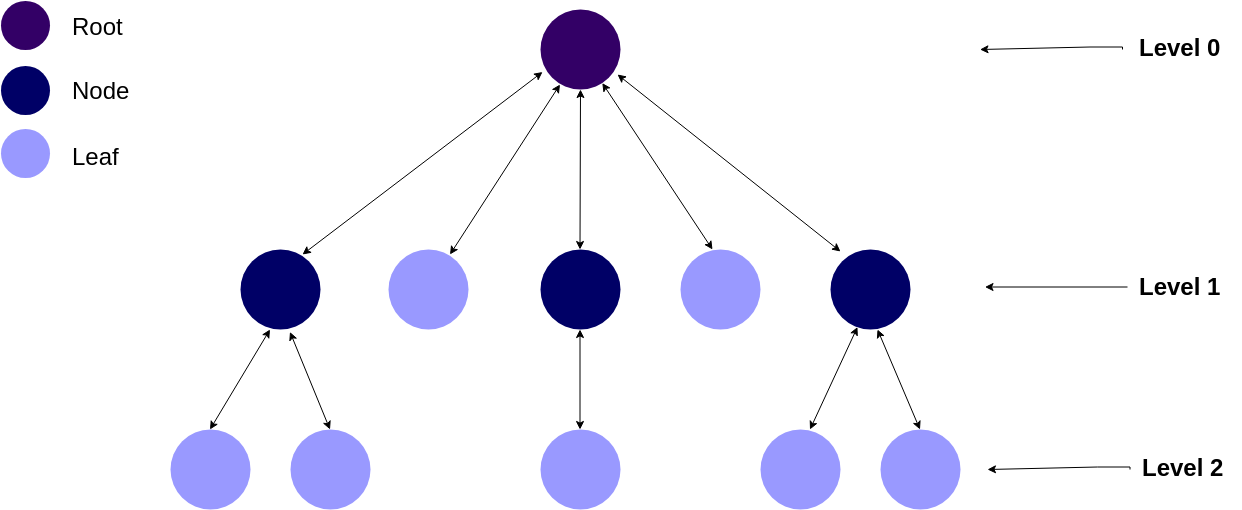
Earlier version of the draw.io export resources/bfs.png (joserafael97/auditor-crawler). Source tidied: cells renumbered, new cells last; positions are measured from the earlier drawing's top-left corner, leaving out a move shared by most shapes.
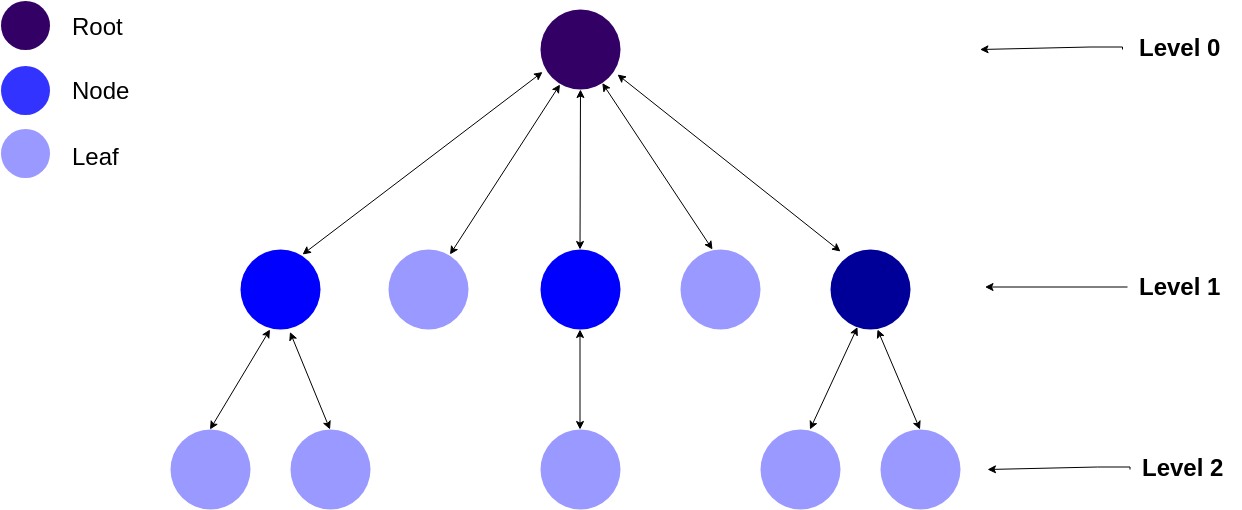
After the commit.

Diff of the diagram source:
```diff
@@ -5,7 +5,7 @@
     <mxCell id="2" style="ellipse;whiteSpace=wrap;html=1;strokeColor=none;fillColor=#9999FF;" parent="1" vertex="1">
       <mxGeometry x="387.5" y="249" width="80" height="80" as="geometry" />
     </mxCell>
-    <mxCell id="3" style="ellipse;whiteSpace=wrap;html=1;strokeColor=none;fillColor=#000066;" parent="1" vertex="1">
+    <mxCell id="3" style="ellipse;whiteSpace=wrap;html=1;strokeColor=none;fillColor=#0000FF;" parent="1" vertex="1">
       <mxGeometry x="540" y="249" width="80" height="80" as="geometry" />
     </mxCell>
     <mxCell id="4" style="ellipse;whiteSpace=wrap;html=1;fillColor=#330066;strokeColor=none;" parent="1" vertex="1">
@@ -14,10 +14,10 @@
     <mxCell id="5" style="ellipse;whiteSpace=wrap;html=1;strokeColor=none;fillColor=#9999FF;" parent="1" vertex="1">
       <mxGeometry x="680" y="249" width="80" height="80" as="geometry" />
     </mxCell>
-    <mxCell id="6" style="ellipse;whiteSpace=wrap;html=1;fillColor=#000066;strokeColor=none;" parent="1" vertex="1">
+    <mxCell id="6" style="ellipse;whiteSpace=wrap;html=1;fillColor=#000099;strokeColor=none;" parent="1" vertex="1">
       <mxGeometry x="830" y="249" width="80" height="80" as="geometry" />
     </mxCell>
-    <mxCell id="7" style="ellipse;whiteSpace=wrap;html=1;fillColor=#000066;strokeColor=none;gradientColor=none;" parent="1" vertex="1">
+    <mxCell id="7" style="ellipse;whiteSpace=wrap;html=1;fillColor=#0000FF;strokeColor=none;gradientColor=none;" parent="1" vertex="1">
       <mxGeometry x="240" y="249" width="80" height="80" as="geometry" />
     </mxCell>
     <mxCell id="8" style="ellipse;whiteSpace=wrap;html=1;fillColor=#9999FF;strokeColor=none;" parent="1" vertex="1">
@@ -112,7 +112,7 @@
     <mxCell id="30" value="&lt;font style=&quot;font-size: 24px&quot;&gt;Root&lt;/font&gt;" style="text;html=1;align=left;verticalAlign=top;spacingTop=-4;" parent="1" vertex="1">
       <mxGeometry x="70" y="9.5" width="70" height="20" as="geometry" />
     </mxCell>
-    <mxCell id="31" style="ellipse;whiteSpace=wrap;html=1;fillColor=#000066;strokeColor=none;" parent="1" vertex="1">
+    <mxCell id="31" style="ellipse;whiteSpace=wrap;html=1;fillColor=#3333FF;strokeColor=none;" parent="1" vertex="1">
       <mxGeometry y="65" width="49" height="49" as="geometry" />
     </mxCell>
     <mxCell id="32" value="&lt;font style=&quot;font-size: 24px&quot;&gt;Node&lt;/font&gt;" style="text;html=1;align=left;verticalAlign=top;spacingTop=-4;" parent="1" vertex="1">
```
